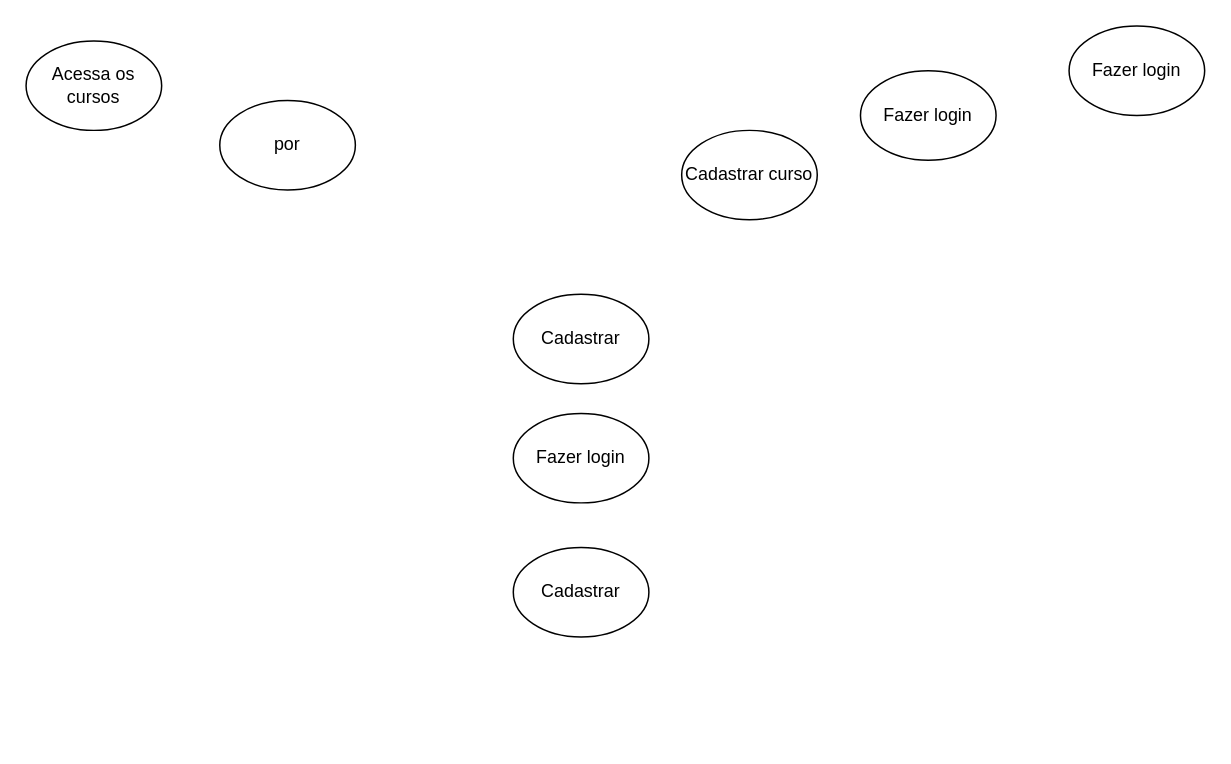
Above: diagramadecasoeuso.drawio in mirellamayara/TCC-c-pias (draw.io), before the change. Source tidied: cells renumbered, new cells numbered last; positions are measured from the earlier drawing's top-left corner, leaving out a move shared by most shapes. Both pictures are drawn from the tidied source at 149%, with x=0, y=0 at pixel (25, 25).
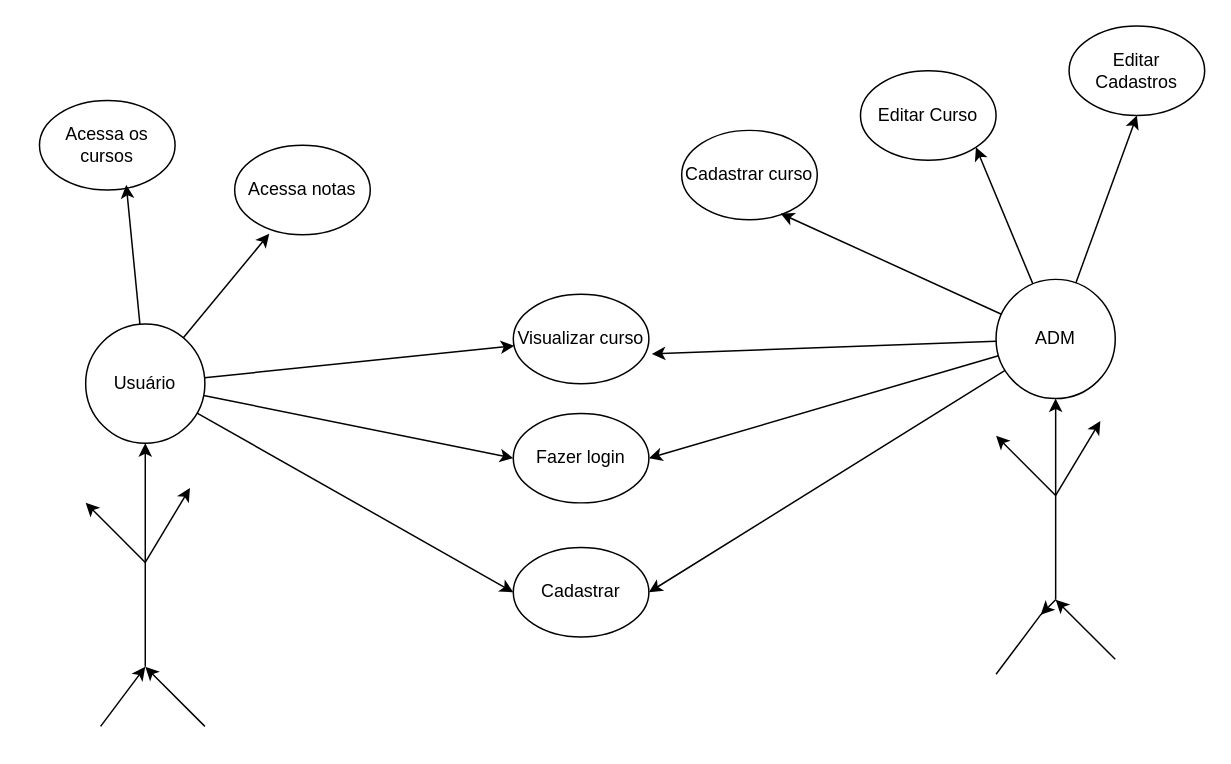
The same diagram, later.

Unchanged cells that the change refers to:
```xml
<mxCell id="2" value="Fazer login" style="ellipse;whiteSpace=wrap;html=1;" parent="1" vertex="1">
  <mxGeometry x="327" y="260" width="91" height="60" as="geometry" />
</mxCell>
<mxCell id="3" value="Cadastrar" style="ellipse;whiteSpace=wrap;html=1;" parent="1" vertex="1">
  <mxGeometry x="327" y="350" width="91" height="60" as="geometry" />
</mxCell>
<mxCell id="4" value="Cadastrar curso&lt;span style=&quot;color: rgba(0, 0, 0, 0); font-family: monospace; font-size: 0px; text-align: start; text-wrap: nowrap;&quot;&gt;%3CmxGraphModel%3E%3Croot%3E%3CmxCell%20id%3D%220%22%2F%3E%3CmxCell%20id%3D%221%22%20pai%3D%220%22%2F%3E%3CmxCell%20id%3D%222%22%20valor%3D%22%26lt%3Bfonte%20estilo%3D%26quot%3Balinhamento-vertical%3A%20herdar%3B% 26quot%3B%26gt%3B%26lt%3Bestilo%3D%26quot%3Balinhamento-vertical%3A%20herdar%3B%26quot%3B%26gt%3B%26lt%3Bestilo%3D%26quot%3Balinhamento-vertical%3A%20herdar%3B%26quot%3B%26gt%3B%26lt%3Bestilo%3D%26quot %3Bvertical-align%3A%20herdar%3B%26quot%3B%26gt%3BFazer%20login%26lt%3B%2Ffont%26gt%3B%26lt%3B%2Ffont%26gt%3B%26lt%3B%2Ffont%26gt%3B%26lt%3B%2Ffont%26gt%3B%26lt%3B%2Ffont%26gt%3B%22%20estilo%3D%22elipse%3BwhiteSpace%3Dwrap%3Bhtml%3 D1%3B%22%20vértice%3D%221%22%20pai%3D%221%22%3E%3CmxGeometria%20x%3D%22357%22%20y%3D%22260%22%20largura%3D%2291%22%20altura%3D%2260%22%20como%3D%22geometria%22%2F%3E%3C%2FmxCélula%3E%3C%2Froot%3E%3C%2FmxModeloGráfico%3E&lt;/span&gt;" style="ellipse;whiteSpace=wrap;html=1;" parent="1" vertex="1">
  <mxGeometry x="440" y="70" width="91" height="60" as="geometry" />
</mxCell>
```

What changed in the source:
```diff
@@
-    <mxCell id="5" value="Fazer login" style="ellipse;whiteSpace=wrap;html=1;" parent="1" vertex="1">
+    <mxCell id="5" value="Editar Curso" style="ellipse;whiteSpace=wrap;html=1;" parent="1" vertex="1">
       <mxGeometry x="560" y="30" width="91" height="60" as="geometry" />
     </mxCell>
-    <mxCell id="6" value="Fazer login" style="ellipse;whiteSpace=wrap;html=1;" parent="1" vertex="1">
+    <mxCell id="6" value="Editar Cadastros" style="ellipse;whiteSpace=wrap;html=1;" parent="1" vertex="1">
       <mxGeometry x="700" width="91" height="60" as="geometry" />
     </mxCell>
     <mxCell id="7" value="Acessa os cursos" style="ellipse;whiteSpace=wrap;html=1;" parent="1" vertex="1">
-      <mxGeometry y="10" width="91" height="60" as="geometry" />
+      <mxGeometry x="9" y="50" width="91" height="60" as="geometry" />
     </mxCell>
-    <mxCell id="8" value="por" style="ellipse;whiteSpace=wrap;html=1;" parent="1" vertex="1">
-      <mxGeometry x="130" y="50" width="91" height="60" as="geometry" />
+    <mxCell id="8" value="Acessa notas" style="ellipse;whiteSpace=wrap;html=1;" parent="1" vertex="1">
+      <mxGeometry x="140" y="80" width="91" height="60" as="geometry" />
     </mxCell>
-    <mxCell id="9" value="Cadastrar" style="ellipse;whiteSpace=wrap;html=1;" parent="1" vertex="1">
+    <mxCell id="9" value="Visualizar curso" style="ellipse;whiteSpace=wrap;html=1;" parent="1" vertex="1">
       <mxGeometry x="327" y="180" width="91" height="60" as="geometry" />
     </mxCell>
+    <mxCell id="10" style="edgeStyle=none;rounded=0;jettySize=auto;html=1;" parent="1" edge="1" target="14">
+      <mxGeometry relative="1" as="geometry">
+        <mxPoint x="80" y="430" as="sourcePoint" />
+      </mxGeometry>
+    </mxCell>
+    <mxCell id="11" style="edgeStyle=none;rounded=0;jettySize=auto;html=1;entryX=0;entryY=0.5;entryDx=0;entryDy=0;" parent="1" edge="1" source="14" target="3">
+      <mxGeometry relative="1" as="geometry" />
+    </mxCell>
+    <mxCell id="12" style="edgeStyle=none;rounded=0;jettySize=auto;html=1;" parent="1" edge="1" source="14" target="9">
+      <mxGeometry relative="1" as="geometry" />
+    </mxCell>
+    <mxCell id="13" style="edgeStyle=none;rounded=0;jettySize=auto;html=1;entryX=0;entryY=0.5;entryDx=0;entryDy=0;" parent="1" edge="1" source="14" target="2">
+      <mxGeometry relative="1" as="geometry" />
+    </mxCell>
+    <mxCell id="14" value="Usuário" style="ellipse;whiteSpace=wrap;html=1;rounded=1;" parent="1" vertex="1">
+      <mxGeometry x="40" y="200" width="80" height="80" as="geometry" />
+    </mxCell>
+    <mxCell id="15" style="edgeStyle=none;rounded=0;orthogonalLoop=1;jettySize=auto;html=1;" parent="1" edge="1">
+      <mxGeometry relative="1" as="geometry">
+        <mxPoint x="120" y="470" as="sourcePoint" />
+        <mxPoint x="80" y="430" as="targetPoint" />
+      </mxGeometry>
+    </mxCell>
+    <mxCell id="16" style="edgeStyle=none;rounded=0;orthogonalLoop=1;jettySize=auto;html=1;" parent="1" edge="1">
+      <mxGeometry relative="1" as="geometry">
+        <mxPoint x="80" y="360" as="sourcePoint" />
+        <mxPoint x="40" y="320" as="targetPoint" />
+      </mxGeometry>
+    </mxCell>
+    <mxCell id="17" style="edgeStyle=none;rounded=0;orthogonalLoop=1;jettySize=auto;html=1;" parent="1" edge="1">
+      <mxGeometry relative="1" as="geometry">
+        <mxPoint x="80" y="360" as="sourcePoint" />
+        <mxPoint x="110" y="310" as="targetPoint" />
+      </mxGeometry>
+    </mxCell>
+    <mxCell id="18" style="edgeStyle=none;rounded=0;jettySize=auto;html=1;" parent="1" edge="1" target="24">
+      <mxGeometry relative="1" as="geometry">
+        <mxPoint x="691" y="385" as="sourcePoint" />
+      </mxGeometry>
+    </mxCell>
+    <mxCell id="19" style="edgeStyle=none;rounded=0;jettySize=auto;html=1;entryX=1;entryY=0.5;entryDx=0;entryDy=0;" parent="1" edge="1" source="24" target="2">
+      <mxGeometry relative="1" as="geometry" />
+    </mxCell>
+    <mxCell id="20" style="edgeStyle=none;rounded=0;jettySize=auto;html=1;" parent="1" edge="1" source="24">
+      <mxGeometry relative="1" as="geometry">
+        <mxPoint x="420" y="220" as="targetPoint" />
+      </mxGeometry>
+    </mxCell>
+    <mxCell id="21" style="edgeStyle=none;rounded=0;jettySize=auto;html=1;entryX=1;entryY=0.5;entryDx=0;entryDy=0;" parent="1" edge="1" source="24" target="3">
+      <mxGeometry relative="1" as="geometry" />
+    </mxCell>
+    <mxCell id="22" style="edgeStyle=none;rounded=0;jettySize=auto;html=1;entryX=1;entryY=1;entryDx=0;entryDy=0;" parent="1" edge="1" source="24" target="5">
+      <mxGeometry relative="1" as="geometry" />
+    </mxCell>
+    <mxCell id="23" style="edgeStyle=none;rounded=0;jettySize=auto;html=1;entryX=0.5;entryY=1;entryDx=0;entryDy=0;" parent="1" edge="1" source="24" target="6">
+      <mxGeometry relative="1" as="geometry" />
+    </mxCell>
+    <mxCell id="24" value="ADM" style="ellipse;whiteSpace=wrap;html=1;rounded=1;" parent="1" vertex="1">
+      <mxGeometry x="651" y="170" width="80" height="80" as="geometry" />
+    </mxCell>
+    <mxCell id="25" style="edgeStyle=none;rounded=0;orthogonalLoop=1;jettySize=auto;html=1;" parent="1" edge="1">
+      <mxGeometry relative="1" as="geometry">
+        <mxPoint x="731" y="425" as="sourcePoint" />
+        <mxPoint x="691" y="385" as="targetPoint" />
+      </mxGeometry>
+    </mxCell>
+    <mxCell id="26" style="edgeStyle=none;rounded=0;orthogonalLoop=1;jettySize=auto;html=1;" parent="1" edge="1">
+      <mxGeometry relative="1" as="geometry">
+        <mxPoint x="651" y="435" as="sourcePoint" />
+        <mxPoint x="681" y="395" as="targetPoint" />
+        <Array as="points">
+          <mxPoint x="681" y="395" />
+          <mxPoint x="691" y="385" />
+        </Array>
+      </mxGeometry>
+    </mxCell>
+    <mxCell id="27" style="edgeStyle=none;rounded=0;orthogonalLoop=1;jettySize=auto;html=1;" parent="1" edge="1">
+      <mxGeometry relative="1" as="geometry">
+        <mxPoint x="691" y="315" as="sourcePoint" />
+        <mxPoint x="651" y="275" as="targetPoint" />
+      </mxGeometry>
+    </mxCell>
+    <mxCell id="28" style="edgeStyle=none;rounded=0;orthogonalLoop=1;jettySize=auto;html=1;" parent="1" edge="1">
+      <mxGeometry relative="1" as="geometry">
+        <mxPoint x="691" y="315" as="sourcePoint" />
+        <mxPoint x="721" y="265" as="targetPoint" />
+      </mxGeometry>
+    </mxCell>
+    <mxCell id="29" style="edgeStyle=none;rounded=0;jettySize=auto;html=1;entryX=0.64;entryY=0.943;entryDx=0;entryDy=0;entryPerimeter=0;" parent="1" edge="1" source="14" target="7">
+      <mxGeometry relative="1" as="geometry" />
+    </mxCell>
+    <mxCell id="30" style="edgeStyle=none;rounded=0;jettySize=auto;html=1;entryX=0.255;entryY=0.99;entryDx=0;entryDy=0;entryPerimeter=0;" parent="1" edge="1" source="14" target="8">
+      <mxGeometry relative="1" as="geometry" />
+    </mxCell>
+    <mxCell id="31" style="edgeStyle=none;rounded=0;jettySize=auto;html=1;entryX=0.73;entryY=0.93;entryDx=0;entryDy=0;entryPerimeter=0;" parent="1" edge="1" source="24" target="4">
+      <mxGeometry relative="1" as="geometry" />
+    </mxCell>
+    <mxCell id="32" style="edgeStyle=none;rounded=0;orthogonalLoop=1;jettySize=auto;html=1;" parent="1" edge="1">
+      <mxGeometry relative="1" as="geometry">
+        <mxPoint x="50" y="470" as="sourcePoint" />
+        <mxPoint x="80" y="430" as="targetPoint" />
+      </mxGeometry>
+    </mxCell>
```
